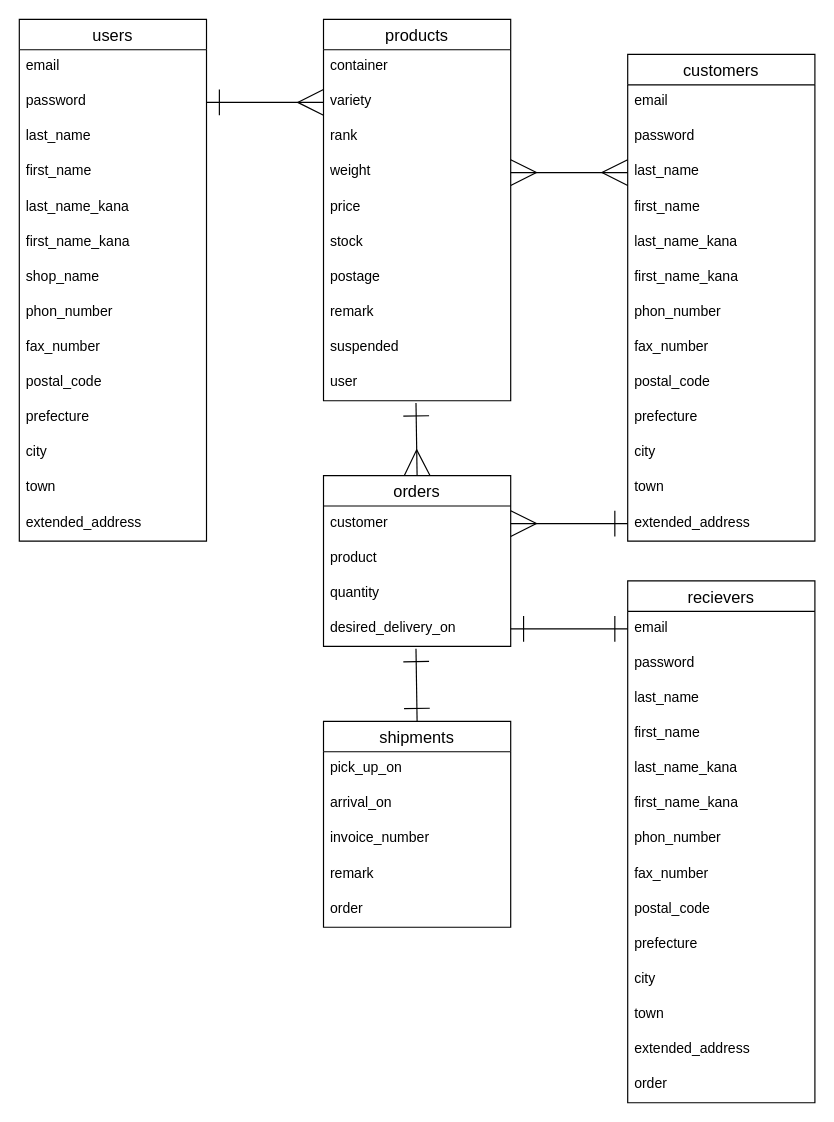
Before: ERD.dio in satoru0725/pearsales2_app, a draw.io diagram. Source tidied: cells renumbered, new cells numbered last; positions are measured from the earlier drawing's top-left corner, leaving out a move shared by most shapes. Both pictures are drawn from the tidied source at 117%, with x=0, y=0 at pixel (19, 19).
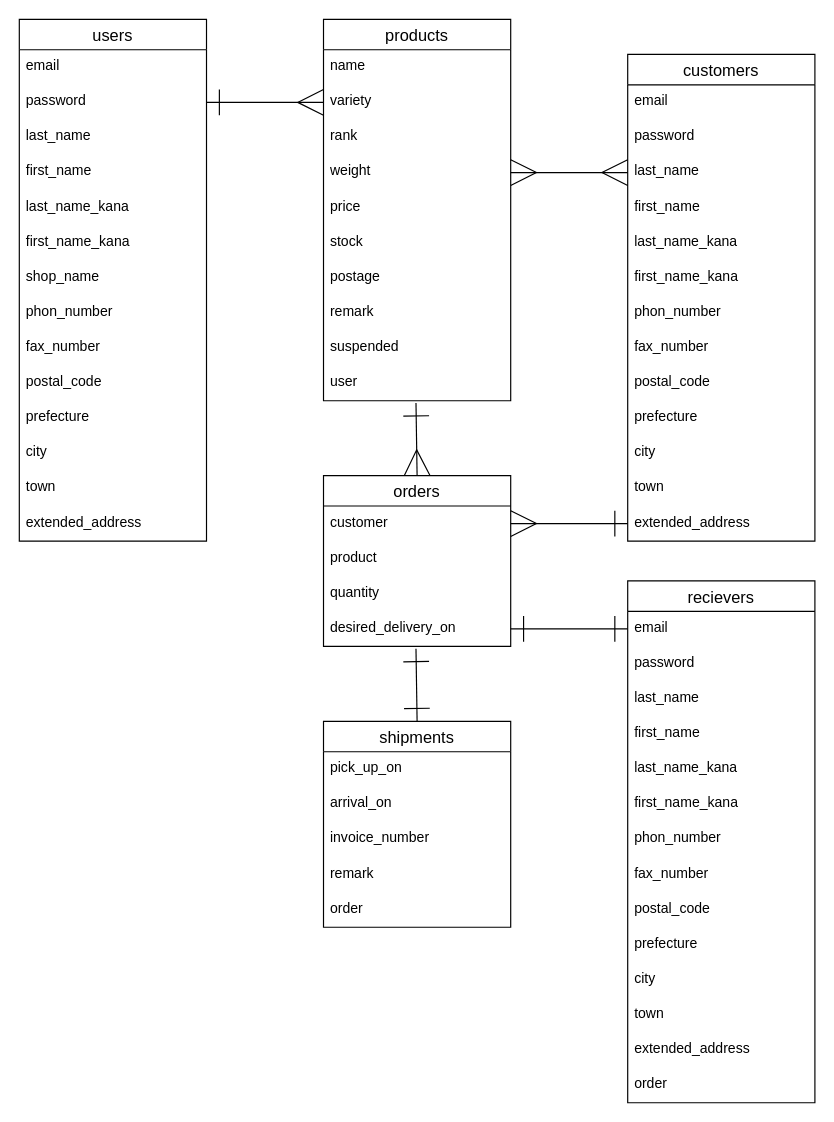
The same diagram, later.

The change refers to these unchanged cells:
```xml
<mxCell id="31" value="products" style="swimlane;fontStyle=0;horizontal=1;startSize=26;align=center;fontSize=14;" parent="1" vertex="1">
  <mxGeometry x="260" width="160" height="326" as="geometry" />
</mxCell>
```

Change to the diagram source:
```diff
@@
-    <mxCell id="32" value="container" style="text;strokeColor=none;fillColor=none;spacingLeft=4;spacingRight=4;overflow=hidden;fontSize=12;" parent="31" vertex="1">
+    <mxCell id="32" value="name" style="text;strokeColor=none;fillColor=none;spacingLeft=4;spacingRight=4;overflow=hidden;fontSize=12;" parent="31" vertex="1">
       <mxGeometry y="26" width="160" height="30" as="geometry" />
     </mxCell>
```
